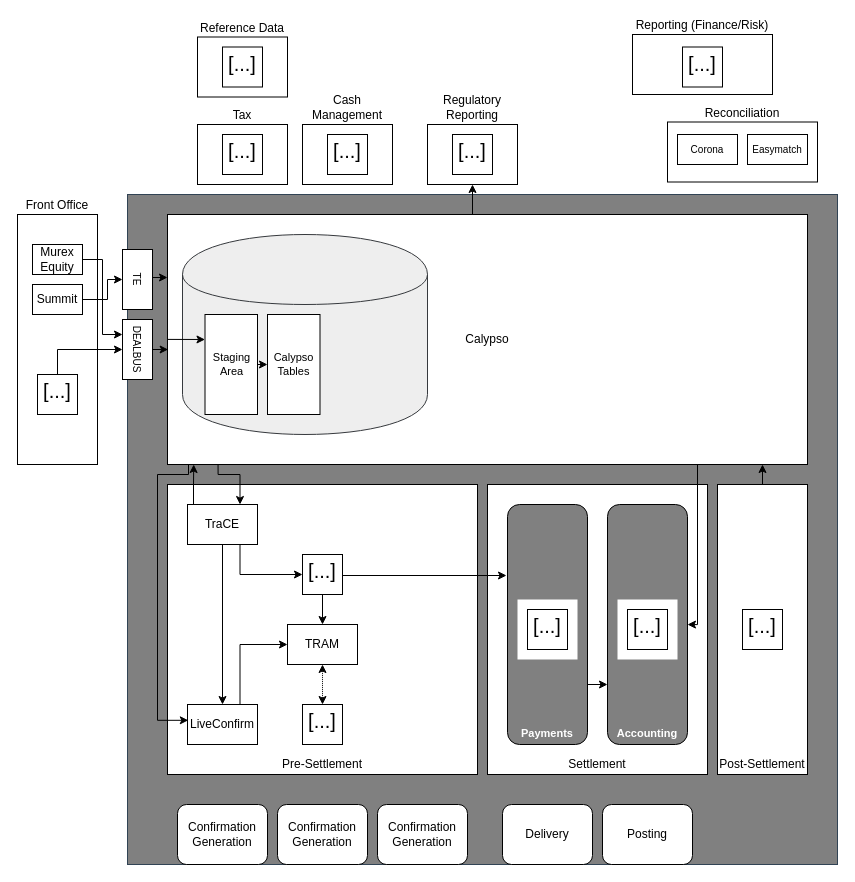
Before: Cal_Landscape.drawio in amhyry/hsrm.thesis.2018.ANN_FC_coba, a draw.io diagram. Source tidied: cells renumbered, new cells numbered last; positions are measured from the earlier drawing's top-left corner, leaving out a move shared by most shapes. Both pictures are drawn from the tidied source at 100%, with x=0, y=0 at pixel (17, 34).
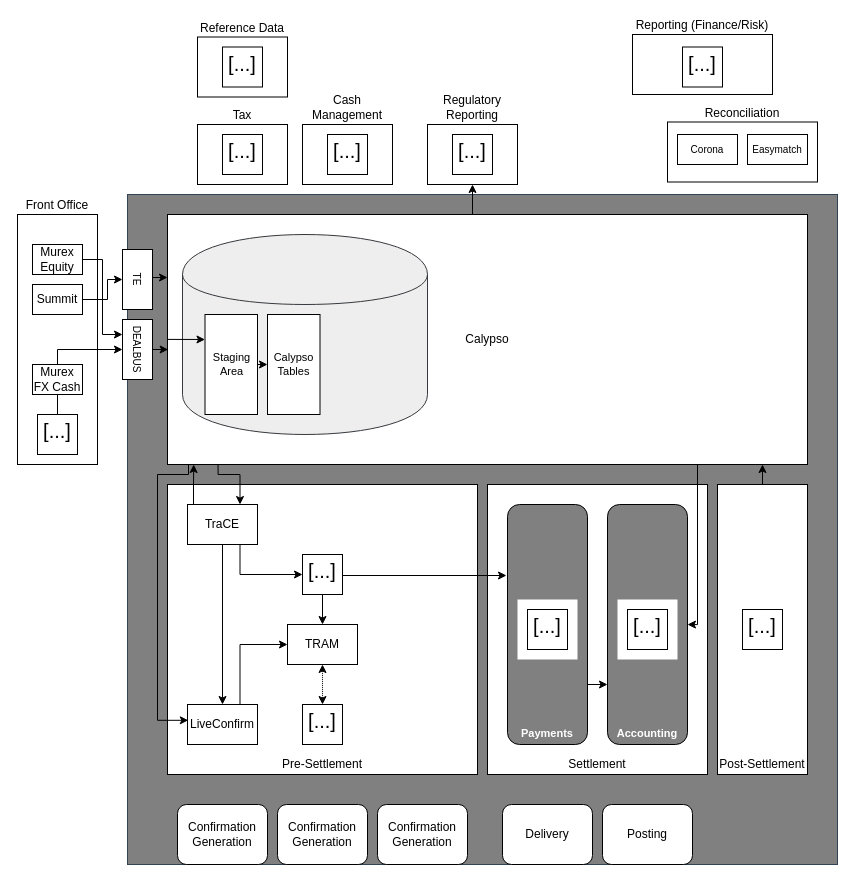
After the change.

Change to the diagram source:
```diff
@@
     <mxCell id="42" value="&lt;p style=&quot;line-height: 100%&quot;&gt;[...]&lt;/p&gt;" style="text;html=1;strokeColor=#000000;fillColor=none;align=center;verticalAlign=middle;whiteSpace=wrap;rounded=0;fontFamily=New Century Schoolbook;fontSize=20;spacing=0;labelBorderColor=none;spacingTop=0;labelPosition=center;verticalLabelPosition=middle;spacingBottom=8;" parent="1" vertex="1">
-      <mxGeometry x="20" y="340" width="40" height="40" as="geometry" />
+      <mxGeometry x="20" y="380" width="40" height="40" as="geometry" />
     </mxCell>
@@
+    <mxCell id="66" value="Murex FX Cash" style="rounded=0;whiteSpace=wrap;html=1;fontFamily=New Century Schoolbook;" parent="1" vertex="1">
+      <mxGeometry x="15" y="330" width="50" height="30" as="geometry" />
+    </mxCell>
```
